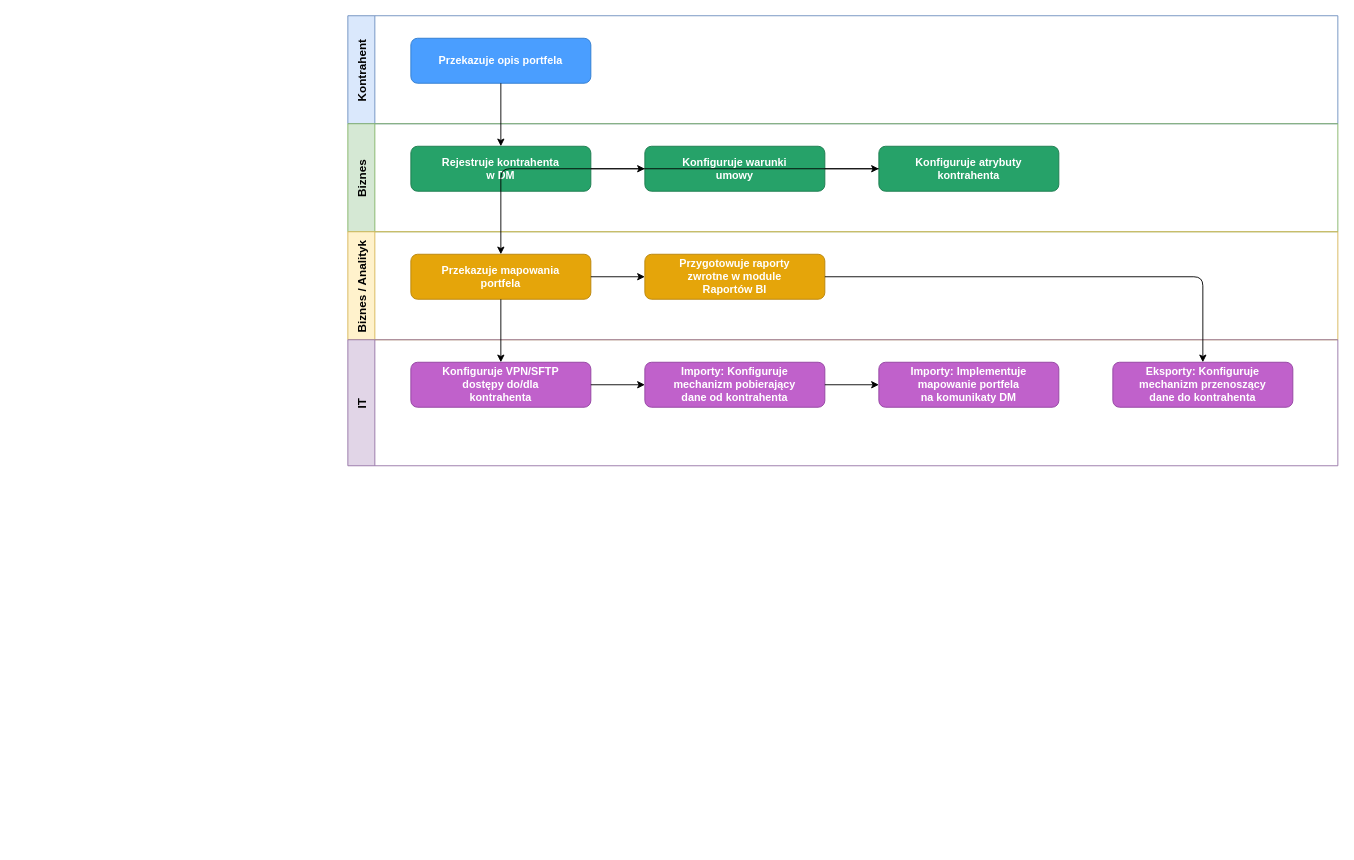
Earlier version of the draw.io diagram docs/diagrams/konfiguracja-kontrahenta.drawio (oskar-bialek-bakk/intrum-integration-api-docs). Source tidied: cells renumbered, new cells numbered last; positions are measured from the earlier drawing's top-left corner, leaving out a move shared by most shapes. Both pictures are drawn from the tidied source at 90%, with x=0, y=0 at pixel (347, 15).
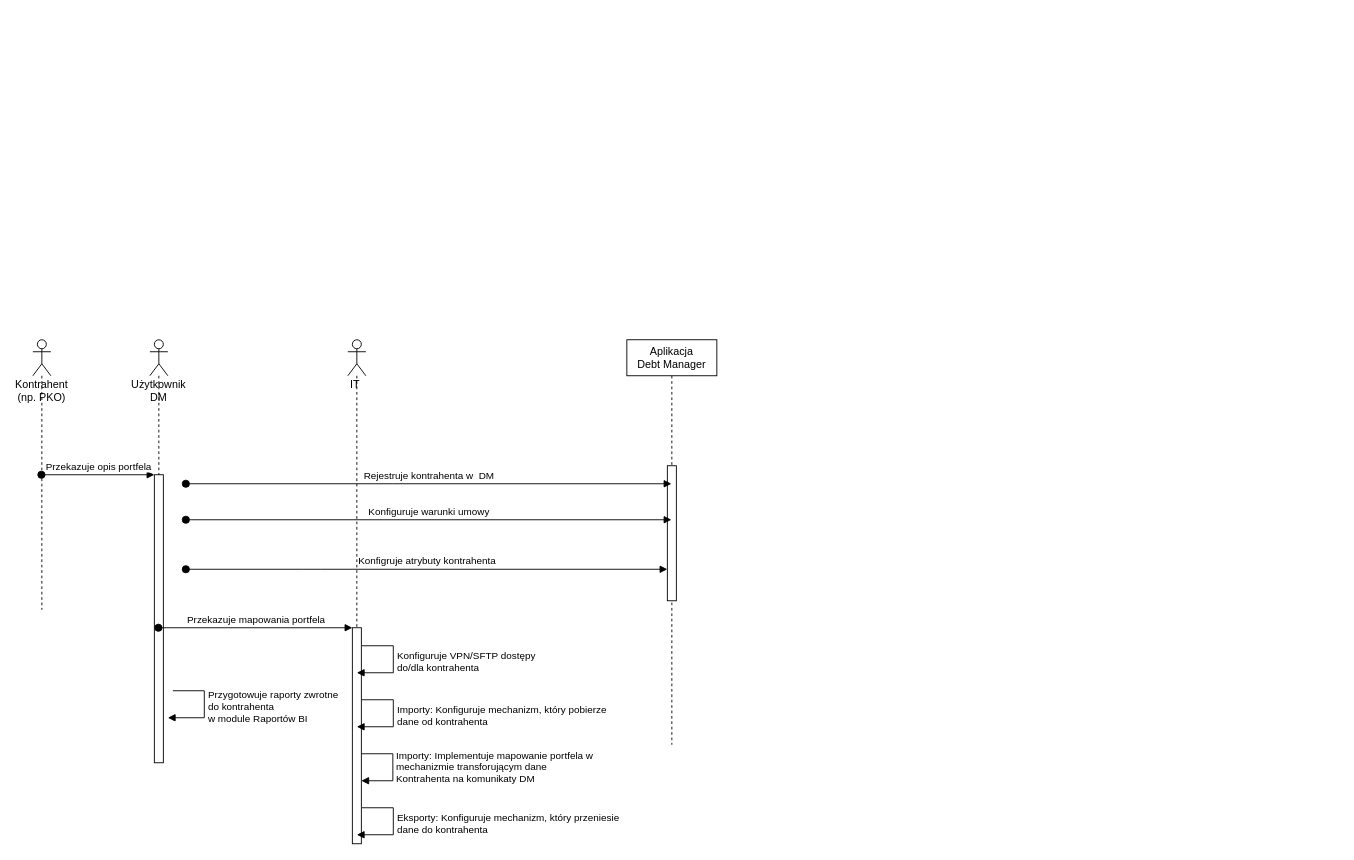
The same page after the edit.

What changed in the source:
```diff
@@
-    <mxCell id="2" value="Kontrahent" style="shape=table;startSize=30;childLayout=tableLayout;rowLines=0;fontStyle=1;align=center;fillColor=#dae8fc;strokeColor=#6c8ebf;fontSize=13;horizontal=0;" parent="1" vertex="1">
-      <mxGeometry width="1100" height="120" as="geometry" />
-    </mxCell>
+    <mxCell id="25" value="Kontrahent (np. PKO)" style="shape=umlLifeline;participant=umlActor;perimeter=lifelinePerimeter;whiteSpace=wrap;html=1;verticalAlign=top;spacingTop=36;outlineConnect=0;" parent="1" vertex="1">
+      <mxGeometry x="-350" y="360" width="20" height="300" as="geometry" />
+    </mxCell>
+    <mxCell id="26" value="Aplikacja&lt;br&gt;Debt Manager" style="shape=umlLifeline;perimeter=lifelinePerimeter;whiteSpace=wrap;html=1;outlineConnect=0;" parent="1" vertex="1">
+      <mxGeometry x="310" y="360" width="100" height="450" as="geometry" />
+    </mxCell>
+    <mxCell id="27" style="html=1;points=[];perimeter=orthogonalPerimeter;" parent="26" vertex="1">
+      <mxGeometry x="45" y="140" width="10" height="150" as="geometry" />
+    </mxCell>
+    <mxCell id="28" value="Użytkownik DM" style="shape=umlLifeline;participant=umlActor;perimeter=lifelinePerimeter;whiteSpace=wrap;html=1;verticalAlign=top;spacingTop=36;outlineConnect=0;" parent="1" vertex="1">
+      <mxGeometry x="-220" y="360" width="20" height="470" as="geometry" />
+    </mxCell>
+    <mxCell id="29" style="html=1;points=[];perimeter=orthogonalPerimeter;" parent="28" vertex="1">
+      <mxGeometry x="5" y="150" width="10" height="320" as="geometry" />
+    </mxCell>
+    <mxCell id="11" value="IT&amp;nbsp;" style="shape=umlLifeline;participant=umlActor;perimeter=lifelinePerimeter;whiteSpace=wrap;html=1;verticalAlign=top;spacingTop=36;" parent="1" vertex="1">
+      <mxGeometry y="360" width="20" height="560" as="geometry" />
+    </mxCell>
+    <mxCell id="30" style="html=1;points=[];perimeter=orthogonalPerimeter;" parent="11" vertex="1">
+      <mxGeometry x="5" y="320" width="10" height="240" as="geometry" />
+    </mxCell>
-    <mxCell id="3" value="Przekazuje opis portfela" style="rounded=1;whiteSpace=wrap;fillColor=#4a9eff;fontColor=#ffffff;strokeColor=#2e7bcf;fontSize=12;fontStyle=1;" parent="1" vertex="1">
-      <mxGeometry x="70" y="25" width="200" height="50" as="geometry" />
+    <mxCell id="3" value="Przekazuje opis portfela" style="html=1;verticalAlign=bottom;startArrow=oval;endArrow=block;startSize=8;" parent="1" edge="1" source="25" target="29">
+      <mxGeometry relative="1" as="geometry" />
     </mxCell>
-    <mxCell id="4" value="Biznes" style="shape=table;startSize=30;childLayout=tableLayout;rowLines=0;fontStyle=1;align=center;fillColor=#d5e8d4;strokeColor=#82b366;fontSize=13;horizontal=0;" parent="1" vertex="1">
-      <mxGeometry y="120" width="1100" height="120" as="geometry" />
-    </mxCell>
-    <mxCell id="5" value="Rejestruje kontrahenta&#10;w DM" style="rounded=1;whiteSpace=wrap;fillColor=#26a269;fontColor=#ffffff;strokeColor=#1a7a4c;fontSize=12;fontStyle=1;" parent="1" vertex="1">
-      <mxGeometry x="70" y="145" width="200" height="50" as="geometry" />
+    <mxCell id="5" value="Rejestruje kontrahenta w&amp;nbsp; DM" style="html=1;verticalAlign=bottom;startArrow=oval;endArrow=block;startSize=8;" parent="1" edge="1" target="26">
+      <mxGeometry relative="1" as="geometry">
+        <mxPoint x="-180" y="520" as="sourcePoint" />
+        <Array as="points">
+          <mxPoint x="40" y="520" />
+        </Array>
+      </mxGeometry>
     </mxCell>
+    <mxCell id="31" value="Konfigruje atrybuty kontrahenta" style="html=1;verticalAlign=bottom;startArrow=oval;endArrow=block;startSize=8;" parent="1" edge="1" target="27">
+      <mxGeometry relative="1" as="geometry">
+        <mxPoint x="-180" y="615" as="sourcePoint" />
+        <Array as="points">
+          <mxPoint x="-40" y="615" />
+        </Array>
+      </mxGeometry>
+    </mxCell>
-    <mxCell id="6" value="Konfiguruje warunki&#10;umowy" style="rounded=1;whiteSpace=wrap;fillColor=#26a269;fontColor=#ffffff;strokeColor=#1a7a4c;fontSize=12;fontStyle=1;" parent="1" vertex="1">
-      <mxGeometry x="330" y="145" width="200" height="50" as="geometry" />
+    <mxCell id="6" value="Konfiguruje warunki umowy" style="html=1;verticalAlign=bottom;startArrow=oval;endArrow=block;startSize=8;" parent="1" edge="1" target="26">
+      <mxGeometry relative="1" as="geometry">
+        <mxPoint x="-180" y="560" as="sourcePoint" />
+      </mxGeometry>
     </mxCell>
-    <mxCell id="7" value="Konfiguruje atrybuty&#10;kontrahenta" style="rounded=1;whiteSpace=wrap;fillColor=#26a269;fontColor=#ffffff;strokeColor=#1a7a4c;fontSize=12;fontStyle=1;" parent="1" vertex="1">
-      <mxGeometry x="590" y="145" width="200" height="50" as="geometry" />
-    </mxCell>
-    <mxCell id="8" value="Biznes / Analityk" style="shape=table;startSize=30;childLayout=tableLayout;rowLines=0;fontStyle=1;align=center;fillColor=#fff2cc;strokeColor=#d6b656;fontSize=13;horizontal=0;" parent="1" vertex="1">
-      <mxGeometry y="240" width="1100" height="120" as="geometry" />
-    </mxCell>
-    <mxCell id="9" value="Przekazuje mapowania&#10;portfela" style="rounded=1;whiteSpace=wrap;fillColor=#e5a50a;fontColor=#ffffff;strokeColor=#b8840a;fontSize=12;fontStyle=1;" parent="1" vertex="1">
-      <mxGeometry x="70" y="265" width="200" height="50" as="geometry" />
+    <mxCell id="9" value="Przekazuje mapowania portfela" style="html=1;verticalAlign=bottom;startArrow=oval;endArrow=block;startSize=8;" parent="1" edge="1" source="28" target="30">
+      <mxGeometry relative="1" as="geometry" />
     </mxCell>
-    <mxCell id="10" value="Przygotowuje raporty&#10;zwrotne w module&#10;Raportów BI" style="rounded=1;whiteSpace=wrap;fillColor=#e5a50a;fontColor=#ffffff;strokeColor=#b8840a;fontSize=12;fontStyle=1;" parent="1" vertex="1">
-      <mxGeometry x="330" y="265" width="200" height="50" as="geometry" />
-    </mxCell>
-    <mxCell id="11" value="IT" style="shape=table;startSize=30;childLayout=tableLayout;rowLines=0;fontStyle=1;align=center;fillColor=#e1d5e7;strokeColor=#9673a6;fontSize=13;horizontal=0;" parent="1" vertex="1">
-      <mxGeometry y="360" width="1100" height="140" as="geometry" />
-    </mxCell>
-    <mxCell id="12" value="Konfiguruje VPN/SFTP&#10;dostępy do/dla&#10;kontrahenta" style="rounded=1;whiteSpace=wrap;fillColor=#c061cb;fontColor=#ffffff;strokeColor=#9141a0;fontSize=12;fontStyle=1;" parent="1" vertex="1">
-      <mxGeometry x="70" y="385" width="200" height="50" as="geometry" />
+    <mxCell id="12" value="Konfiguruje VPN/SFTP dostępy&lt;br&gt;do/dla kontrahenta" style="edgeStyle=orthogonalEdgeStyle;html=1;align=left;spacingLeft=2;endArrow=block;rounded=0;" parent="1" edge="1">
+      <mxGeometry relative="1" as="geometry">
+        <mxPoint x="15.5" y="700" as="sourcePoint" />
+        <mxPoint x="10" y="730" as="targetPoint" />
+        <Array as="points">
+          <mxPoint x="50.5" y="700" />
+          <mxPoint x="50.5" y="730" />
+        </Array>
+      </mxGeometry>
     </mxCell>
-    <mxCell id="13" value="Importy: Konfiguruje&#10;mechanizm pobierający&#10;dane od kontrahenta" style="rounded=1;whiteSpace=wrap;fillColor=#c061cb;fontColor=#ffffff;strokeColor=#9141a0;fontSize=12;fontStyle=1;" parent="1" vertex="1">
-      <mxGeometry x="330" y="385" width="200" height="50" as="geometry" />
-    </mxCell>
-    <mxCell id="14" value="Importy: Implementuje&#10;mapowanie portfela&#10;na komunikaty DM" style="rounded=1;whiteSpace=wrap;fillColor=#c061cb;fontColor=#ffffff;strokeColor=#9141a0;fontSize=12;fontStyle=1;" parent="1" vertex="1">
-      <mxGeometry x="590" y="385" width="200" height="50" as="geometry" />
-    </mxCell>
-    <mxCell id="15" value="Eksporty: Konfiguruje&#10;mechanizm przenoszący&#10;dane do kontrahenta" style="rounded=1;whiteSpace=wrap;fillColor=#c061cb;fontColor=#ffffff;strokeColor=#9141a0;fontSize=12;fontStyle=1;" parent="1" vertex="1">
-      <mxGeometry x="850" y="385" width="200" height="50" as="geometry" />
-    </mxCell>
-    <mxCell id="16" style="edgeStyle=orthogonalEdgeStyle;rounded=1;" parent="1" edge="1" source="3" target="5">
-      <mxGeometry relative="1" as="geometry" />
-    </mxCell>
-    <mxCell id="17" style="edgeStyle=orthogonalEdgeStyle;rounded=1;" parent="1" edge="1" source="5" target="6">
-      <mxGeometry relative="1" as="geometry" />
-    </mxCell>
-    <mxCell id="18" style="edgeStyle=orthogonalEdgeStyle;rounded=1;" parent="1" edge="1" source="6" target="7">
-      <mxGeometry relative="1" as="geometry" />
-    </mxCell>
-    <mxCell id="19" style="edgeStyle=orthogonalEdgeStyle;rounded=1;" parent="1" edge="1" source="7" target="9">
-      <mxGeometry relative="1" as="geometry" />
-    </mxCell>
-    <mxCell id="20" style="edgeStyle=orthogonalEdgeStyle;rounded=1;" parent="1" edge="1" source="9" target="10">
-      <mxGeometry relative="1" as="geometry" />
-    </mxCell>
-    <mxCell id="21" style="edgeStyle=orthogonalEdgeStyle;rounded=1;" parent="1" edge="1" source="9" target="12">
-      <mxGeometry relative="1" as="geometry" />
-    </mxCell>
-    <mxCell id="22" style="edgeStyle=orthogonalEdgeStyle;rounded=1;" parent="1" edge="1" source="12" target="13">
-      <mxGeometry relative="1" as="geometry" />
-    </mxCell>
-    <mxCell id="23" style="edgeStyle=orthogonalEdgeStyle;rounded=1;" parent="1" edge="1" source="13" target="14">
-      <mxGeometry relative="1" as="geometry" />
-    </mxCell>
-    <mxCell id="24" style="edgeStyle=orthogonalEdgeStyle;rounded=1;" parent="1" edge="1" source="10" target="15">
-      <mxGeometry relative="1" as="geometry" />
-    </mxCell>
+    <mxCell id="32" value="Importy: Konfiguruje mechanizm, który pobierze&lt;br&gt;dane od kontrahenta" style="edgeStyle=orthogonalEdgeStyle;html=1;align=left;spacingLeft=2;endArrow=block;rounded=0;" parent="1" edge="1">
+      <mxGeometry relative="1" as="geometry">
+        <mxPoint x="15.5" y="760" as="sourcePoint" />
+        <mxPoint x="10" y="790" as="targetPoint" />
+        <Array as="points">
+          <mxPoint x="50.5" y="760" />
+          <mxPoint x="50.5" y="790" />
+        </Array>
+      </mxGeometry>
+    </mxCell>
+    <mxCell id="33" value="Importy: Implementuje mapowanie portfela w &lt;br&gt;mechanizmie transforującym dane &lt;br&gt;Kontrahenta na komunikaty DM&amp;nbsp;" style="edgeStyle=orthogonalEdgeStyle;html=1;align=left;spacingLeft=2;endArrow=block;rounded=0;" parent="1" edge="1">
+      <mxGeometry relative="1" as="geometry">
+        <mxPoint x="15" y="820" as="sourcePoint" />
+        <mxPoint x="15" y="850" as="targetPoint" />
+        <Array as="points">
+          <mxPoint x="50" y="820" />
+          <mxPoint x="50" y="850" />
+        </Array>
+      </mxGeometry>
+    </mxCell>
+    <mxCell id="34" value="Eksporty: Konfiguruje mechanizm, który przeniesie &lt;br&gt;dane do kontrahenta" style="edgeStyle=orthogonalEdgeStyle;html=1;align=left;spacingLeft=2;endArrow=block;rounded=0;" parent="1" edge="1">
+      <mxGeometry relative="1" as="geometry">
+        <mxPoint x="15.5" y="880" as="sourcePoint" />
+        <mxPoint x="10" y="910" as="targetPoint" />
+        <Array as="points">
+          <mxPoint x="50.5" y="880" />
+          <mxPoint x="50.5" y="910" />
+        </Array>
+      </mxGeometry>
+    </mxCell>
+    <mxCell id="35" value="Przygotowuje raporty zwrotne &lt;br&gt;do kontrahenta &lt;br&gt;w module Raportów BI&amp;nbsp;" style="edgeStyle=orthogonalEdgeStyle;html=1;align=left;spacingLeft=2;endArrow=block;rounded=0;" parent="1" edge="1">
+      <mxGeometry relative="1" as="geometry">
+        <mxPoint x="-194.5" y="750" as="sourcePoint" />
+        <mxPoint x="-200" y="780" as="targetPoint" />
+        <Array as="points">
+          <mxPoint x="-159.5" y="750" />
+          <mxPoint x="-159.5" y="780" />
+        </Array>
+      </mxGeometry>
+    </mxCell>
```
